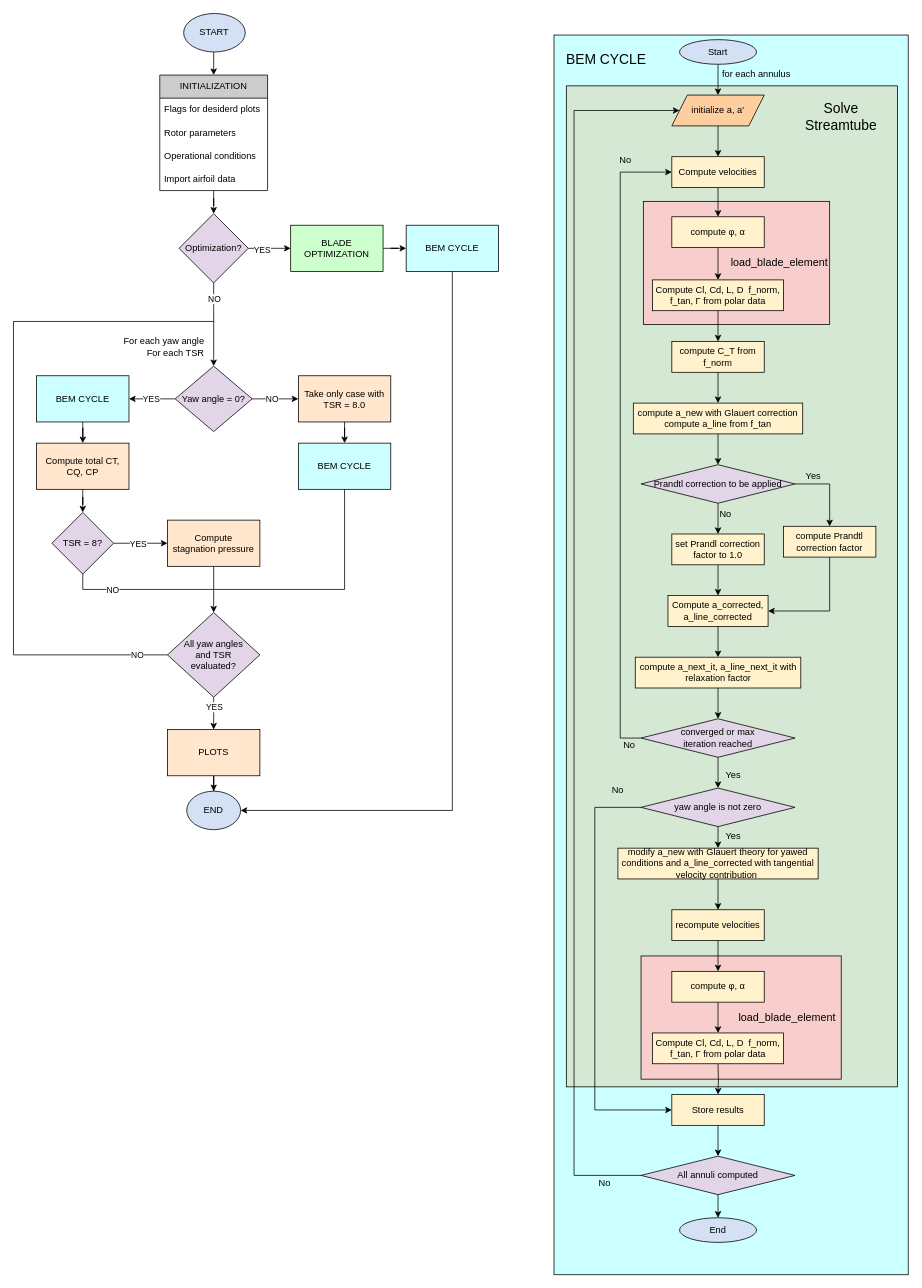
The draw.io diagram flow_chart_BEM.drawio in matteo-gotti/rotor-wake-assignment1, before the edit. Source tidied: cells renumbered, new cells numbered last; positions are measured from the earlier drawing's top-left corner, leaving out a move shared by most shapes. Both pictures are drawn from the tidied source at 77%, with x=0, y=0 at pixel (13, 13).
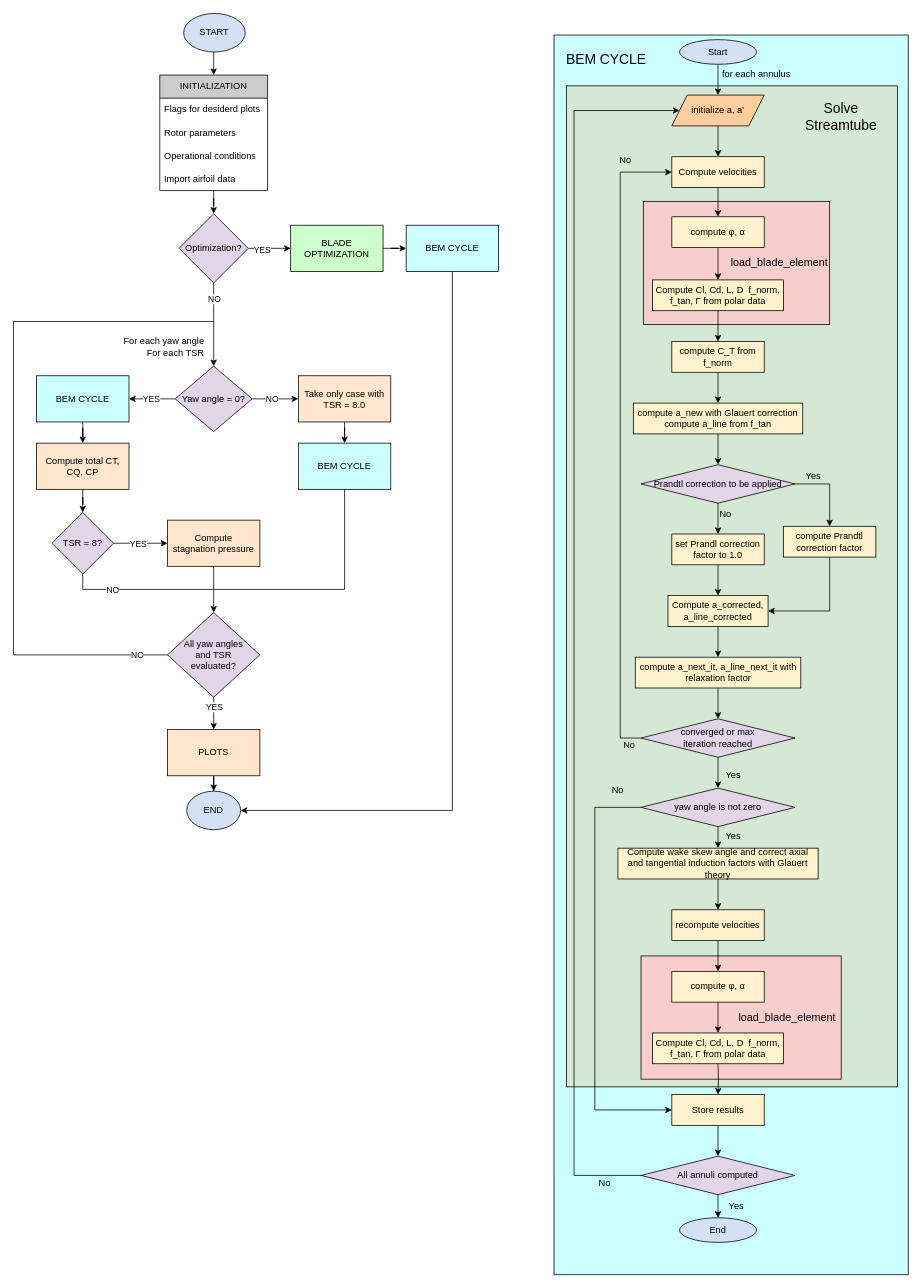
After the change.

Diff of the diagram source:
```diff
@@
-    <mxCell id="40" value="modify a_new with Glauert theory for yawed conditions and a_line_corrected with tangential velocity contribution&amp;nbsp;" style="rounded=0;whiteSpace=wrap;html=1;fillColor=#FFF2CC;" parent="1" vertex="1">
+    <mxCell id="40" value="Compute wake skew angle and correct axial and tangential induction factors with Glauert theory" style="rounded=0;whiteSpace=wrap;html=1;fillColor=#FFF2CC;" parent="1" vertex="1">
       <mxGeometry x="785" y="1084" width="260" height="40" as="geometry" />
     </mxCell>
@@
+    <mxCell id="111" value="Yes" style="text;html=1;align=center;verticalAlign=middle;whiteSpace=wrap;rounded=0;" parent="1" vertex="1">
+      <mxGeometry x="909" y="1534" width="60" height="30" as="geometry" />
+    </mxCell>
```
